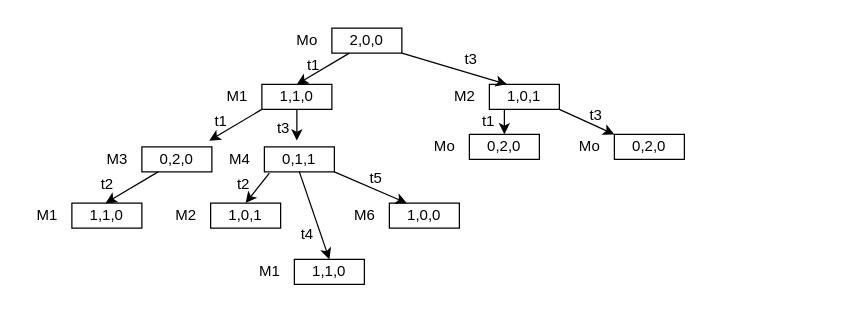
lyudmilareshetyuk/draw.io keeps this draw.io diagram as Дерево достижимости.drawio. Above is the earlier version. Source tidied: cells renumbered, new cells numbered last; positions are measured from the earlier drawing's top-left corner, leaving out a move shared by most shapes. Both pictures are drawn from the tidied source at 125%, with x=0, y=0 at pixel (21, 21).
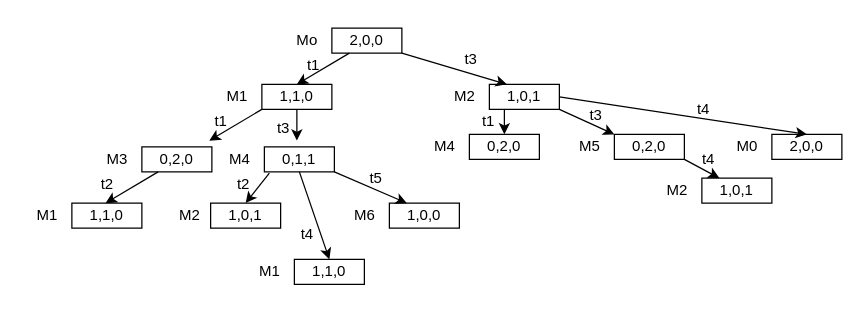
The same page after the edit.

Change to the diagram source:
```diff
@@
-    <mxCell id="15" value="Мо" style="text;html=1;align=center;verticalAlign=middle;strokeColor=none;fillColor=none;" parent="1" vertex="1">
+    <mxCell id="15" value="М5" style="text;html=1;align=center;verticalAlign=middle;strokeColor=none;fillColor=none;" parent="1" vertex="1">
       <mxGeometry x="434" y="85" width="40" height="30" as="geometry" />
     </mxCell>
@@
     <mxCell id="28" value="М2" style="text;html=1;align=center;verticalAlign=middle;strokeColor=none;fillColor=none;" parent="1" vertex="1">
-      <mxGeometry x="111" y="140" width="40" height="30" as="geometry" />
+      <mxGeometry x="114" y="140" width="40" height="30" as="geometry" />
     </mxCell>
@@
-    <mxCell id="40" value="Мо" style="text;html=1;align=center;verticalAlign=middle;strokeColor=none;fillColor=none;" parent="1" vertex="1">
+    <mxCell id="40" value="М4" style="text;html=1;align=center;verticalAlign=middle;strokeColor=none;fillColor=none;" parent="1" vertex="1">
       <mxGeometry x="318" y="85" width="40" height="30" as="geometry" />
     </mxCell>
@@
+    <mxCell id="44" value="1,0,1" style="rounded=0;whiteSpace=wrap;html=1;" parent="1" vertex="1">
+      <mxGeometry x="544" y="125" width="56" height="20" as="geometry" />
+    </mxCell>
+    <mxCell id="45" value="М2" style="text;html=1;align=center;verticalAlign=middle;strokeColor=none;fillColor=none;" parent="1" vertex="1">
+      <mxGeometry x="504" y="120" width="40" height="30" as="geometry" />
+    </mxCell>
+    <mxCell id="46" style="endArrow=classic;html=1;rounded=0;exitX=1;exitY=1;exitDx=0;exitDy=0;entryX=0.25;entryY=0;entryDx=0;entryDy=0;" parent="1" edge="1" target="44">
+      <mxGeometry relative="1" as="geometry">
+        <mxPoint x="530" y="110" as="sourcePoint" />
+      </mxGeometry>
+    </mxCell>
+    <mxCell id="47" value="t4" style="text;html=1;align=center;verticalAlign=middle;strokeColor=none;fillColor=none;" parent="1" vertex="1">
+      <mxGeometry x="534" y="95" width="30" height="30" as="geometry" />
+    </mxCell>
+    <mxCell id="48" value="2,0,0" style="rounded=0;whiteSpace=wrap;html=1;" parent="1" vertex="1">
+      <mxGeometry x="600" y="90" width="56" height="20" as="geometry" />
+    </mxCell>
+    <mxCell id="49" value="М0" style="text;html=1;align=center;verticalAlign=middle;strokeColor=none;fillColor=none;" parent="1" vertex="1">
+      <mxGeometry x="560" y="85" width="40" height="30" as="geometry" />
+    </mxCell>
+    <mxCell id="50" style="endArrow=classic;html=1;rounded=0;exitX=1;exitY=1;exitDx=0;exitDy=0;entryX=0.5;entryY=0;entryDx=0;entryDy=0;" parent="1" edge="1" target="48">
+      <mxGeometry relative="1" as="geometry">
+        <mxPoint x="430" y="60" as="sourcePoint" />
+      </mxGeometry>
+    </mxCell>
+    <mxCell id="51" value="t4" style="text;html=1;align=center;verticalAlign=middle;strokeColor=none;fillColor=none;" parent="1" vertex="1">
+      <mxGeometry x="530" y="55" width="30" height="30" as="geometry" />
+    </mxCell>
```
